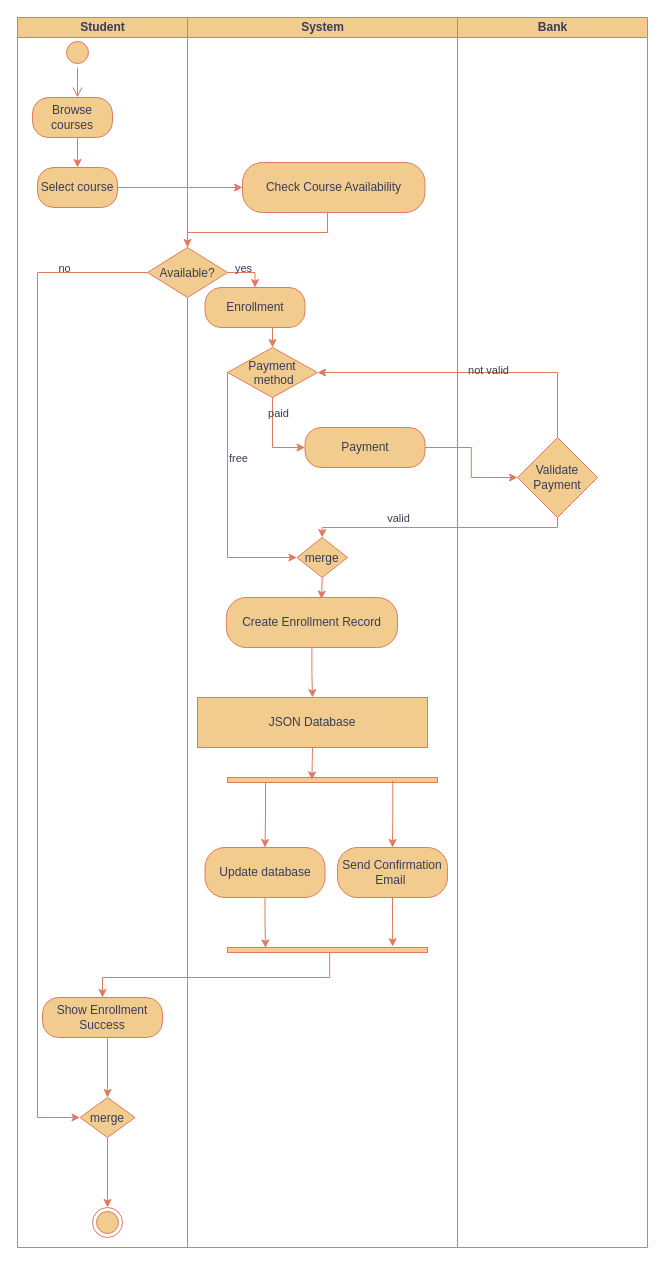
The draw.io diagram ActivityDiagram.drawio.xml in felopateershokry/Lab-6, before the edit. Source tidied: cells renumbered, new cells numbered last; positions are measured from the earlier drawing's top-left corner, leaving out a move shared by most shapes. Both pictures are drawn from the tidied source at 100%, with x=0, y=0 at pixel (17, 17).
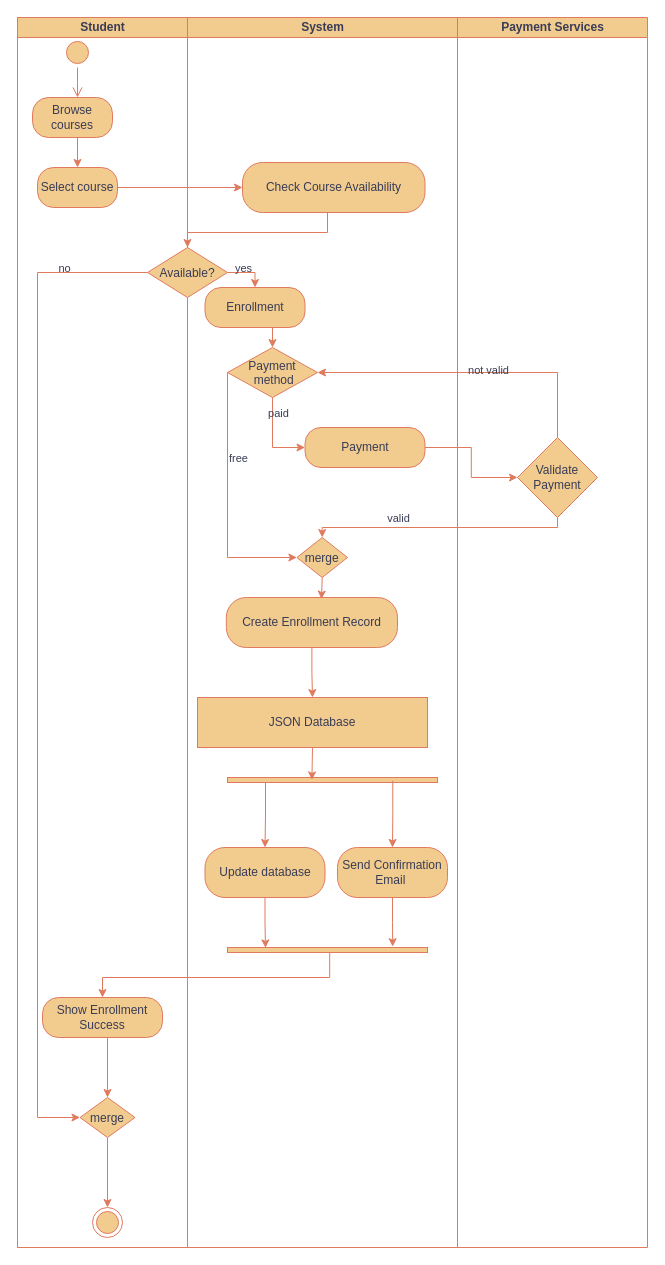
The same diagram, later.

What changed in the source:
```diff
@@
-    <mxCell id="48" value="Bank" style="swimlane;html=1;startSize=20;labelBackgroundColor=none;fillColor=#F2CC8F;strokeColor=#E07A5F;fontColor=#393C56;" parent="1" vertex="1">
+    <mxCell id="48" value="Payment Services" style="swimlane;html=1;startSize=20;labelBackgroundColor=none;fillColor=#F2CC8F;strokeColor=#E07A5F;fontColor=#393C56;" parent="1" vertex="1">
       <mxGeometry x="440" width="190" height="1230" as="geometry" />
     </mxCell>
```
